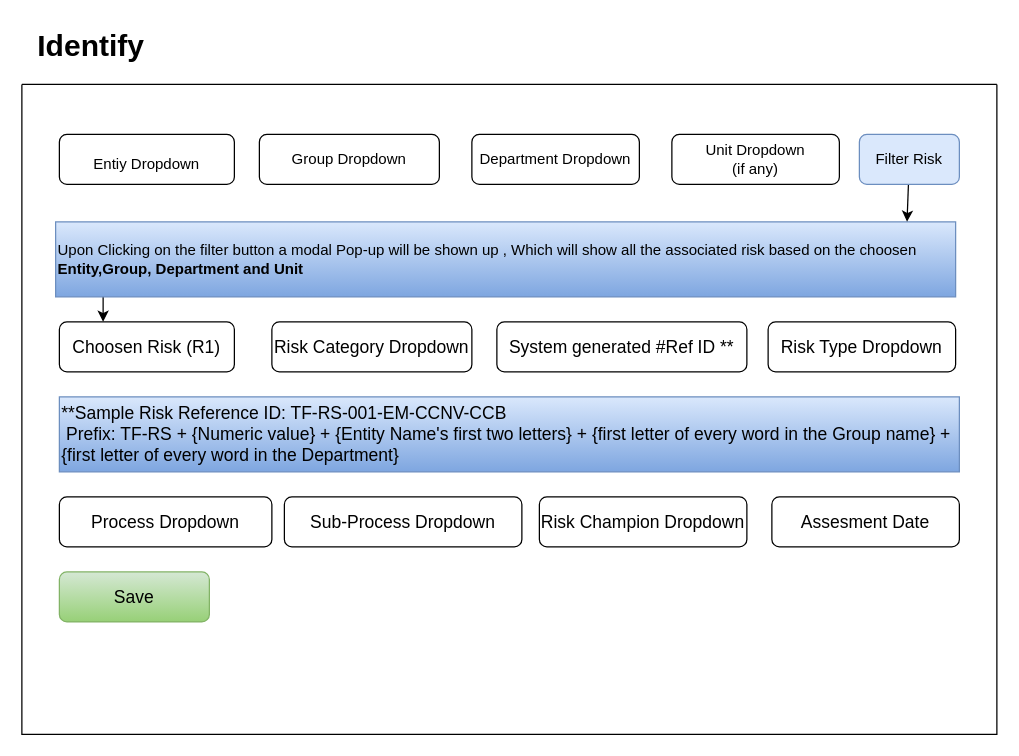
Above: page "Risk Identification Stage" (2 of 4) of screens.drawio in iRM-Somnath/GRC (draw.io), before the change. Source tidied: cells renumbered, new cells numbered last; positions are measured from the earlier drawing's top-left corner, leaving out a move shared by most shapes. Both pictures are drawn from the tidied source at 125%, with x=0, y=0 at pixel (21, 21).
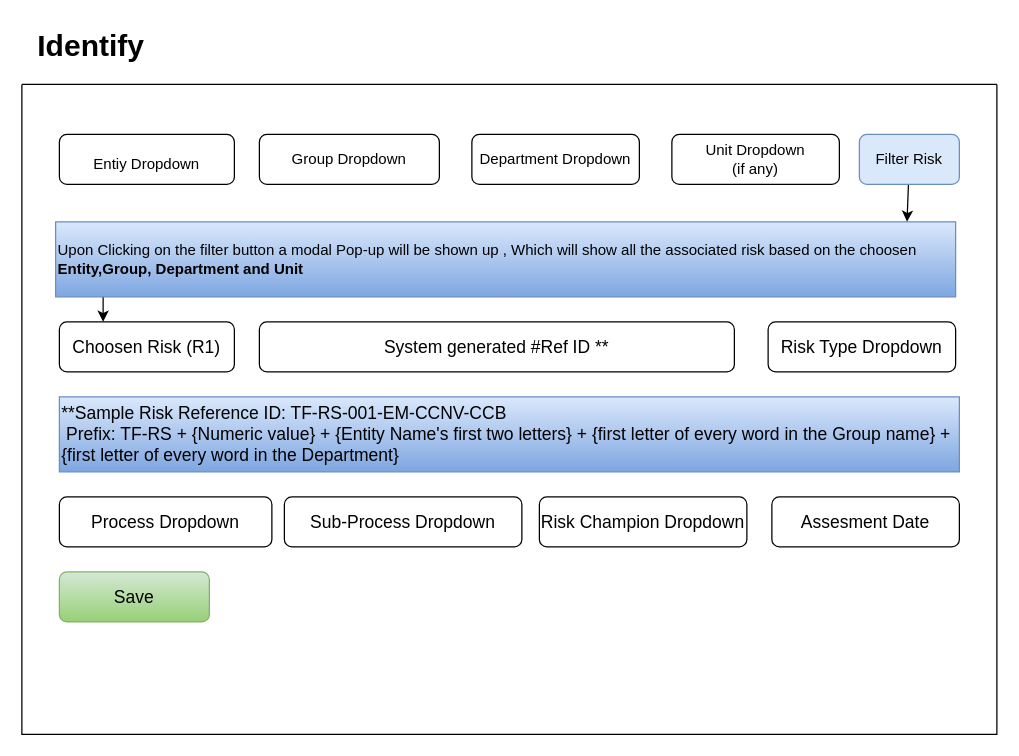
The same page after the edit.

The change refers to these unchanged cells:
```xml
<mxCell id="2" style="swimlane;startSize=0;fontSize=24;" parent="1" vertex="1">
  <mxGeometry y="50" width="780" height="520" as="geometry" />
</mxCell>
```

What changed in the source:
```diff
@@
-    <mxCell id="12" value="Risk Category Dropdown" style="rounded=1;whiteSpace=wrap;html=1;fontSize=14;" parent="2" vertex="1">
-      <mxGeometry x="200" y="190" width="160" height="40" as="geometry" />
-    </mxCell>
     <mxCell id="13" value="System generated #Ref ID **" style="rounded=1;whiteSpace=wrap;html=1;fontSize=14;" parent="2" vertex="1">
-      <mxGeometry x="380" y="190" width="200" height="40" as="geometry" />
+      <mxGeometry x="190" y="190" width="380" height="40" as="geometry" />
     </mxCell>
```
